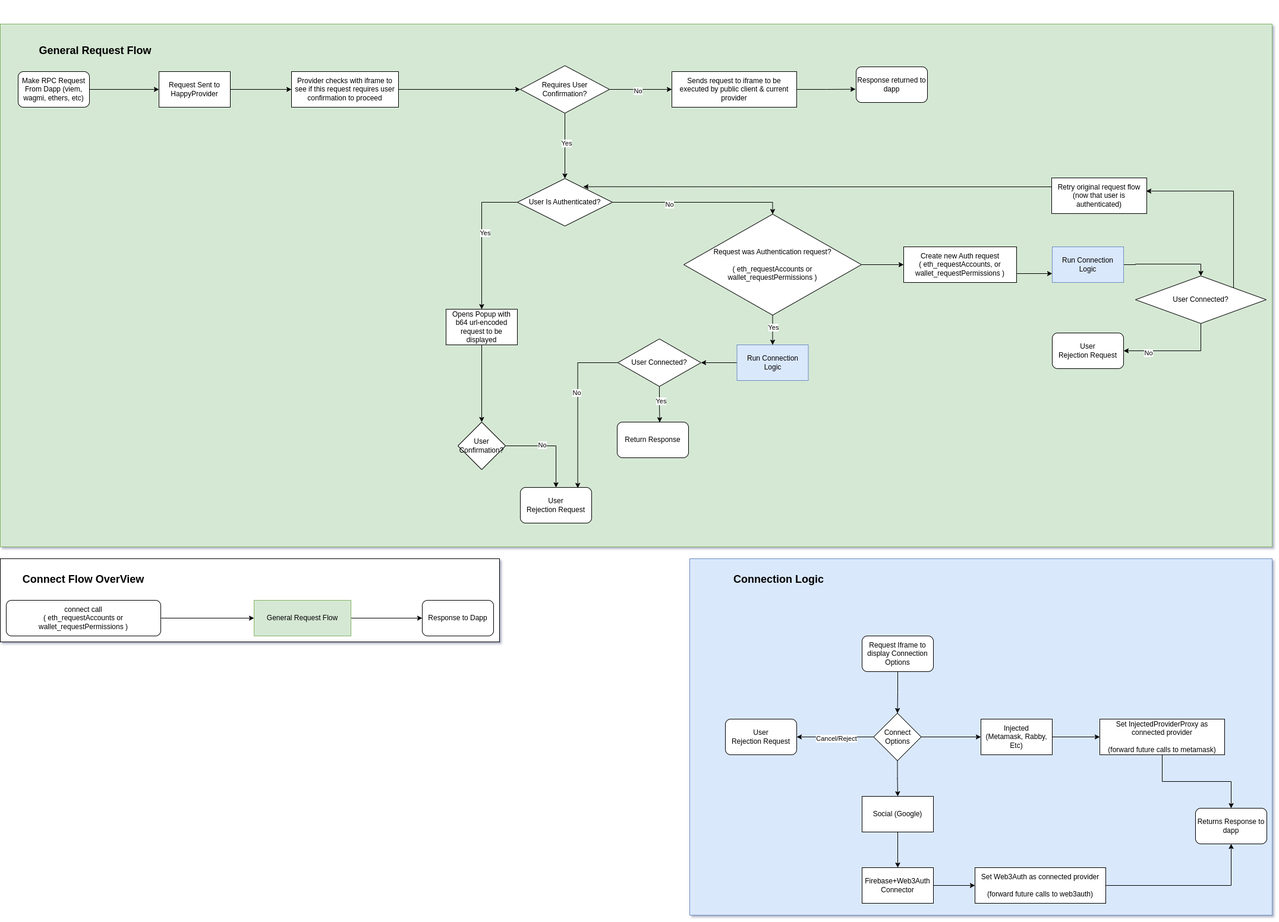
Above: docs/images/connection-flow.png in HappyChainDevs/happychain (draw.io), before the change. Source tidied: cells renumbered, new cells last; positions are measured from the earlier drawing's top-left corner, leaving out a move shared by most shapes.
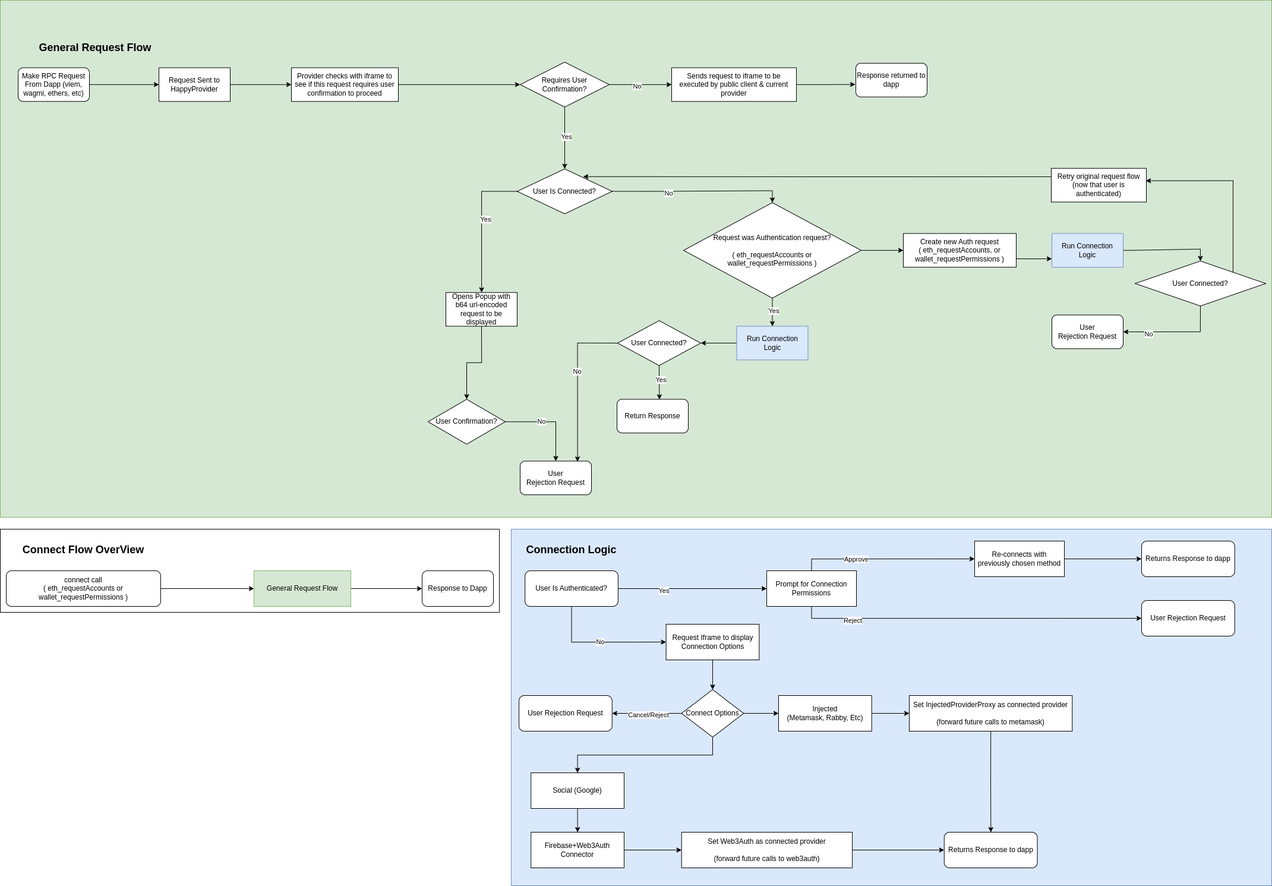
Later version of the same file.

Commit message:
update connection flowchart

Change to the diagram source:
```diff
@@ -5,6 +5,6 @@
     <mxCell id="2" style="group;fillColor=#dae8fc;strokeColor=#6c8ebf;" parent="1" vertex="1">
-      <mxGeometry x="1160" y="940" width="980" height="600" as="geometry" />
+      <mxGeometry x="860" y="940" width="1280" height="600" as="geometry" />
     </mxCell>
     <mxCell id="3" style="rounded=0;whiteSpace=wrap;html=1;verticalAlign=middle;fillColor=#dae8fc;strokeColor=#6c8ebf;" parent="2" vertex="1">
-      <mxGeometry width="980" height="600" as="geometry" />
+      <mxGeometry width="1280" height="600" as="geometry" />
     </mxCell>
@@ -20,6 +20,6 @@
     <mxCell id="7" value="Connect Options" style="rhombus;whiteSpace=wrap;html=1;" parent="2" vertex="1">
-      <mxGeometry x="309.5" y="260" width="80" height="80" as="geometry" />
+      <mxGeometry x="286.7" y="270" width="104.5" height="80" as="geometry" />
     </mxCell>
     <mxCell id="8" value="User Rejection&amp;nbsp;&lt;span style=&quot;background-color: initial;&quot;&gt;Request&lt;/span&gt;" style="rounded=1;whiteSpace=wrap;html=1;" parent="2" vertex="1">
-      <mxGeometry x="60" y="270" width="120" height="60" as="geometry" />
+      <mxGeometry x="13.1" y="280" width="156.7" height="60" as="geometry" />
     </mxCell>
@@ -35,3 +35,3 @@
     <mxCell id="12" value="Injected&lt;div&gt;(Metamask, Rabby, Etc)&lt;/div&gt;" style="rounded=0;whiteSpace=wrap;html=1;" parent="2" vertex="1">
-      <mxGeometry x="490" y="270" width="120" height="60" as="geometry" />
+      <mxGeometry x="450" y="280" width="156.7" height="60" as="geometry" />
     </mxCell>
@@ -41,3 +41,3 @@
     <mxCell id="14" value="Social (Google)" style="rounded=0;whiteSpace=wrap;html=1;" parent="2" vertex="1">
-      <mxGeometry x="290" y="400" width="120" height="60" as="geometry" />
+      <mxGeometry x="33.3" y="410" width="156.7" height="60" as="geometry" />
     </mxCell>
@@ -47,5 +47,5 @@
     <mxCell id="16" value="Firebase+Web3Auth Connector" style="rounded=0;whiteSpace=wrap;html=1;" parent="2" vertex="1">
-      <mxGeometry x="290" y="520" width="120" height="60" as="geometry" />
+      <mxGeometry x="33.3" y="510" width="156.7" height="60" as="geometry" />
     </mxCell>
-    <mxCell id="17" style="edgeStyle=orthogonalEdgeStyle;rounded=0;jettySize=auto;html=1;exitX=1;exitY=0.5;exitDx=0;exitDy=0;entryX=0.5;entryY=1;entryDx=0;entryDy=0;" parent="2" edge="1" source="18" target="21">
+    <mxCell id="17" style="edgeStyle=orthogonalEdgeStyle;rounded=0;jettySize=auto;html=1;exitX=1;exitY=0.5;exitDx=0;exitDy=0;entryX=0;entryY=0.5;entryDx=0;entryDy=0;" parent="2" edge="1" source="18" target="21">
       <mxGeometry relative="1" as="geometry" />
@@ -53,3 +53,3 @@
     <mxCell id="18" value="Set Web3Auth as connected provider&lt;div&gt;&lt;br&gt;&lt;/div&gt;&lt;div&gt;(forward future calls to web3auth)&lt;/div&gt;" style="rounded=0;whiteSpace=wrap;html=1;" parent="2" vertex="1">
-      <mxGeometry x="480" y="520" width="220" height="60" as="geometry" />
+      <mxGeometry x="286.7" y="510" width="287.3" height="60" as="geometry" />
     </mxCell>
@@ -59,13 +59,61 @@
     <mxCell id="20" value="Set InjectedProviderProxy as connected provider&lt;div&gt;&lt;br&gt;&lt;/div&gt;&lt;div&gt;(forward future calls to metamask)&lt;/div&gt;" style="rounded=0;whiteSpace=wrap;html=1;" parent="2" vertex="1">
-      <mxGeometry x="690" y="270" width="210" height="60" as="geometry" />
+      <mxGeometry x="670" y="280" width="274.3" height="60" as="geometry" />
     </mxCell>
     <mxCell id="21" value="Returns Response to dapp" style="rounded=1;whiteSpace=wrap;html=1;" parent="2" vertex="1">
-      <mxGeometry x="851" y="420" width="120" height="60" as="geometry" />
+      <mxGeometry x="728.8" y="510" width="156.7" height="60" as="geometry" />
     </mxCell>
-    <mxCell id="22" value="Request Iframe to display Connection Options" style="rounded=1;whiteSpace=wrap;html=1;" parent="2" vertex="1">
-      <mxGeometry x="290" y="130" width="120" height="60" as="geometry" />
+    <mxCell id="22" value="Request Iframe to display Connection Options" style="rounded=0;whiteSpace=wrap;html=1;" parent="2" vertex="1">
+      <mxGeometry x="260.6" y="160" width="156.7" height="60" as="geometry" />
     </mxCell>
     <mxCell id="23" value="&lt;h2&gt;Connection Logic&lt;/h2&gt;" style="text;html=1;align=center;verticalAlign=middle;whiteSpace=wrap;rounded=0;" parent="2" vertex="1">
-      <mxGeometry x="10" y="20" width="280" height="30" as="geometry" />
+      <mxGeometry x="13.1" y="20" width="176.9" height="30" as="geometry" />
     </mxCell>
+    <mxCell id="83" style="edgeStyle=orthogonalEdgeStyle;rounded=0;jettySize=auto;html=1;exitX=0.5;exitY=1;exitDx=0;exitDy=0;entryX=0;entryY=0.5;entryDx=0;entryDy=0;" parent="2" edge="1" source="87" target="22">
+      <mxGeometry relative="1" as="geometry" />
+    </mxCell>
+    <mxCell id="84" value="No" style="edgeLabel;html=1;align=center;verticalAlign=middle;" parent="83" vertex="1">
+      <mxGeometry x="-0.01" y="2" relative="1" as="geometry">
+        <mxPoint x="-1" as="offset" />
+      </mxGeometry>
+    </mxCell>
+    <mxCell id="85" style="edgeStyle=orthogonalEdgeStyle;rounded=0;jettySize=auto;html=1;exitX=1;exitY=0.5;exitDx=0;exitDy=0;entryX=0;entryY=0.5;entryDx=0;entryDy=0;" parent="2" edge="1" source="87" target="92">
+      <mxGeometry relative="1" as="geometry" />
+    </mxCell>
+    <mxCell id="86" value="Yes" style="edgeLabel;html=1;align=center;verticalAlign=middle;" parent="85" vertex="1">
+      <mxGeometry x="-0.39" y="-3" relative="1" as="geometry">
+        <mxPoint x="-1" as="offset" />
+      </mxGeometry>
+    </mxCell>
+    <mxCell id="87" value="User Is Authenticated?" style="rounded=1;whiteSpace=wrap;html=1;" parent="2" vertex="1">
+      <mxGeometry x="23.2" y="70" width="156.7" height="60" as="geometry" />
+    </mxCell>
+    <mxCell id="88" style="edgeStyle=orthogonalEdgeStyle;rounded=0;jettySize=auto;html=1;exitX=0.5;exitY=1;exitDx=0;exitDy=0;entryX=0;entryY=0.5;entryDx=0;entryDy=0;" parent="2" edge="1" source="92" target="94">
+      <mxGeometry relative="1" as="geometry" />
+    </mxCell>
+    <mxCell id="89" value="Reject" style="edgeLabel;html=1;align=center;verticalAlign=middle;" parent="88" vertex="1">
+      <mxGeometry x="-0.74" y="-2" relative="1" as="geometry">
+        <mxPoint x="11" as="offset" />
+      </mxGeometry>
+    </mxCell>
+    <mxCell id="90" style="edgeStyle=orthogonalEdgeStyle;rounded=0;jettySize=auto;html=1;exitX=0.5;exitY=0;exitDx=0;exitDy=0;entryX=0;entryY=0.5;entryDx=0;entryDy=0;" parent="2" edge="1" source="92" target="96">
+      <mxGeometry relative="1" as="geometry" />
+    </mxCell>
+    <mxCell id="91" value="Approve" style="edgeLabel;html=1;align=center;verticalAlign=middle;" parent="90" vertex="1">
+      <mxGeometry x="-0.36" y="1" relative="1" as="geometry" />
+    </mxCell>
+    <mxCell id="92" value="Prompt for Connection Permissions" style="rounded=0;whiteSpace=wrap;html=1;" parent="2" vertex="1">
+      <mxGeometry x="430" y="70" width="151" height="60" as="geometry" />
+    </mxCell>
+    <mxCell id="93" value="Returns Response to dapp" style="rounded=1;whiteSpace=wrap;html=1;" parent="2" vertex="1">
+      <mxGeometry x="1061" y="20" width="156.7" height="60" as="geometry" />
+    </mxCell>
+    <mxCell id="94" value="User Rejection&amp;nbsp;&lt;span style=&quot;background-color: initial;&quot;&gt;Request&lt;/span&gt;" style="rounded=1;whiteSpace=wrap;html=1;" parent="2" vertex="1">
+      <mxGeometry x="1061" y="120" width="156.7" height="60" as="geometry" />
+    </mxCell>
+    <mxCell id="95" style="edgeStyle=orthogonalEdgeStyle;rounded=0;jettySize=auto;html=1;exitX=1;exitY=0.5;exitDx=0;exitDy=0;entryX=0;entryY=0.5;entryDx=0;entryDy=0;" parent="2" edge="1" source="96" target="93">
+      <mxGeometry relative="1" as="geometry" />
+    </mxCell>
+    <mxCell id="96" value="Re-connects with previously chosen method" style="rounded=0;whiteSpace=wrap;html=1;" parent="2" vertex="1">
+      <mxGeometry x="780" y="20" width="151" height="60" as="geometry" />
+    </mxCell>
     <mxCell id="24" style="group;" parent="1" vertex="1">
@@ -95,6 +143,6 @@
     <mxCell id="32" style="group;" parent="1" vertex="1">
-      <mxGeometry width="2140" height="920" as="geometry" />
+      <mxGeometry y="50" width="2140" height="870" as="geometry" />
     </mxCell>
     <mxCell id="33" style="rounded=0;whiteSpace=wrap;html=1;fillColor=#d5e8d4;strokeColor=#82b366;" parent="32" vertex="1">
-      <mxGeometry y="40" width="2140" height="880" as="geometry" />
+      <mxGeometry width="2140" height="870" as="geometry" />
     </mxCell>
@@ -104,3 +152,3 @@
     <mxCell id="35" value="Make RPC Request From Dapp (viem, wagmi, ethers, etc)" style="rounded=1;whiteSpace=wrap;html=1;" parent="32" vertex="1">
-      <mxGeometry x="30" y="120" width="120" height="60" as="geometry" />
+      <mxGeometry x="30" y="113.5" width="120" height="56.7" as="geometry" />
     </mxCell>
@@ -119,3 +167,3 @@
     <mxCell id="40" value="Requires User Confirmation?" style="rhombus;whiteSpace=wrap;html=1;" parent="32" vertex="1">
-      <mxGeometry x="875" y="110" width="150" height="80" as="geometry" />
+      <mxGeometry x="875" y="104" width="150" height="75.7" as="geometry" />
     </mxCell>
@@ -125,3 +173,3 @@
     <mxCell id="42" value="Request Sent to HappyProvider" style="rounded=0;whiteSpace=wrap;html=1;" parent="32" vertex="1">
-      <mxGeometry x="267" y="120" width="120" height="60" as="geometry" />
+      <mxGeometry x="267" y="113.5" width="120" height="56.7" as="geometry" />
     </mxCell>
@@ -131,9 +179,9 @@
     <mxCell id="44" value="Provider checks with iframe to see if this request requires user confirmation to proceed" style="rounded=0;whiteSpace=wrap;html=1;" parent="32" vertex="1">
-      <mxGeometry x="490" y="120" width="180" height="60" as="geometry" />
+      <mxGeometry x="490" y="113.5" width="180" height="56.7" as="geometry" />
     </mxCell>
     <mxCell id="45" value="Sends request to iframe to be executed by public client &amp;amp; current provider" style="rounded=0;whiteSpace=wrap;html=1;" parent="32" vertex="1">
-      <mxGeometry x="1130" y="120" width="210" height="60" as="geometry" />
+      <mxGeometry x="1130" y="113.5" width="210" height="56.7" as="geometry" />
     </mxCell>
     <mxCell id="46" value="Response returned to dapp" style="rounded=1;whiteSpace=wrap;html=1;" parent="32" vertex="1">
-      <mxGeometry x="1440" y="112" width="120" height="60" as="geometry" />
+      <mxGeometry x="1440" y="105.9" width="120" height="56.7" as="geometry" />
     </mxCell>
@@ -146,3 +194,3 @@
     <mxCell id="49" value="Opens Popup with b64 url-encoded request to be displayed" style="rounded=0;whiteSpace=wrap;html=1;" parent="32" vertex="1">
-      <mxGeometry x="750" y="520" width="120" height="60" as="geometry" />
+      <mxGeometry x="750" y="491.7" width="120" height="56.7" as="geometry" />
     </mxCell>
@@ -155,3 +203,3 @@
     <mxCell id="52" value="User Confirmation?" style="rhombus;whiteSpace=wrap;html=1;" parent="32" vertex="1">
-      <mxGeometry x="770" y="710" width="80" height="80" as="geometry" />
+      <mxGeometry x="720" y="671.4" width="130" height="75.7" as="geometry" />
     </mxCell>
@@ -169,4 +217,4 @@
     </mxCell>
-    <mxCell id="57" value="User Is Authenticated?" style="rhombus;whiteSpace=wrap;html=1;" parent="32" vertex="1">
-      <mxGeometry x="870" y="300" width="160" height="80" as="geometry" />
+    <mxCell id="57" value="User Is Connected&lt;span style=&quot;background-color: initial;&quot;&gt;?&lt;/span&gt;" style="rhombus;whiteSpace=wrap;html=1;" parent="32" vertex="1">
+      <mxGeometry x="870" y="283.7" width="160" height="75.7" as="geometry" />
     </mxCell>
@@ -182,3 +230,3 @@
     <mxCell id="61" value="Request was Authentication request?&lt;div&gt;&lt;br&gt;&lt;/div&gt;&lt;div&gt;( eth_requestAccounts or&lt;/div&gt;&lt;div&gt;wallet_requestPermissions )&lt;/div&gt;" style="rhombus;whiteSpace=wrap;html=1;" parent="32" vertex="1">
-      <mxGeometry x="1150" y="360" width="299" height="170" as="geometry" />
+      <mxGeometry x="1150" y="340.4" width="299" height="160.8" as="geometry" />
     </mxCell>
@@ -188,3 +236,3 @@
     <mxCell id="63" value="Create new Auth request&lt;div&gt;( eth_requestAccounts, or wallet_requestPermissions )&lt;/div&gt;" style="rounded=0;whiteSpace=wrap;html=1;" parent="32" vertex="1">
-      <mxGeometry x="1520" y="415" width="190" height="60" as="geometry" />
+      <mxGeometry x="1520" y="392.4" width="190" height="56.7" as="geometry" />
     </mxCell>
@@ -194,3 +242,3 @@
     <mxCell id="65" value="Run Connection Logic" style="rounded=0;whiteSpace=wrap;html=1;fillColor=#dae8fc;strokeColor=#6c8ebf;" parent="32" vertex="1">
-      <mxGeometry x="1770" y="415" width="120" height="60" as="geometry" />
+      <mxGeometry x="1770" y="392.4" width="120" height="56.7" as="geometry" />
     </mxCell>
@@ -200,12 +248,12 @@
     <mxCell id="67" value="Run Connection Logic" style="rounded=0;whiteSpace=wrap;html=1;fillColor=#dae8fc;strokeColor=#6c8ebf;" parent="32" vertex="1">
-      <mxGeometry x="1239.5" y="580" width="120" height="60" as="geometry" />
+      <mxGeometry x="1239.5" y="548.5" width="120" height="56.7" as="geometry" />
     </mxCell>
     <mxCell id="68" value="User Rejection&amp;nbsp;&lt;span style=&quot;background-color: initial;&quot;&gt;Request&lt;/span&gt;" style="rounded=1;whiteSpace=wrap;html=1;" parent="32" vertex="1">
-      <mxGeometry x="875" y="820" width="120" height="60" as="geometry" />
+      <mxGeometry x="875" y="775.4" width="120" height="56.7" as="geometry" />
     </mxCell>
     <mxCell id="69" value="Return Response" style="rounded=1;whiteSpace=wrap;html=1;" parent="32" vertex="1">
-      <mxGeometry x="1038" y="710" width="120" height="60" as="geometry" />
+      <mxGeometry x="1038" y="671.4" width="120" height="56.7" as="geometry" />
     </mxCell>
     <mxCell id="70" value="User Connected?" style="rhombus;whiteSpace=wrap;html=1;" parent="32" vertex="1">
-      <mxGeometry x="1039" y="570" width="140" height="80" as="geometry" />
+      <mxGeometry x="1039" y="539" width="140" height="75.7" as="geometry" />
     </mxCell>
@@ -230,9 +278,9 @@
     <mxCell id="77" value="User Connected?" style="rhombus;whiteSpace=wrap;html=1;" parent="32" vertex="1">
-      <mxGeometry x="1910" y="464" width="220" height="80" as="geometry" />
+      <mxGeometry x="1910" y="438.8" width="220" height="75.7" as="geometry" />
     </mxCell>
     <mxCell id="78" value="User Rejection&amp;nbsp;&lt;span style=&quot;background-color: initial;&quot;&gt;Request&lt;/span&gt;" style="rounded=1;whiteSpace=wrap;html=1;" parent="32" vertex="1">
-      <mxGeometry x="1770" y="560" width="120" height="60" as="geometry" />
+      <mxGeometry x="1770" y="529.6" width="120" height="56.7" as="geometry" />
     </mxCell>
     <mxCell id="79" value="Retry original request flow (now that user is authenticated)" style="rounded=0;whiteSpace=wrap;html=1;" parent="32" vertex="1">
-      <mxGeometry x="1769" y="299" width="160" height="60" as="geometry" />
+      <mxGeometry x="1769" y="282.8" width="160" height="56.7" as="geometry" />
     </mxCell>
@@ -245,3 +293,3 @@
     <mxCell id="82" value="&lt;h2&gt;General Request Flow&lt;/h2&gt;" style="text;html=1;align=center;verticalAlign=middle;whiteSpace=wrap;rounded=0;" parent="32" vertex="1">
-      <mxGeometry x="20" y="70" width="280" height="30" as="geometry" />
+      <mxGeometry x="20" y="66.2" width="280" height="28.4" as="geometry" />
     </mxCell>
```
